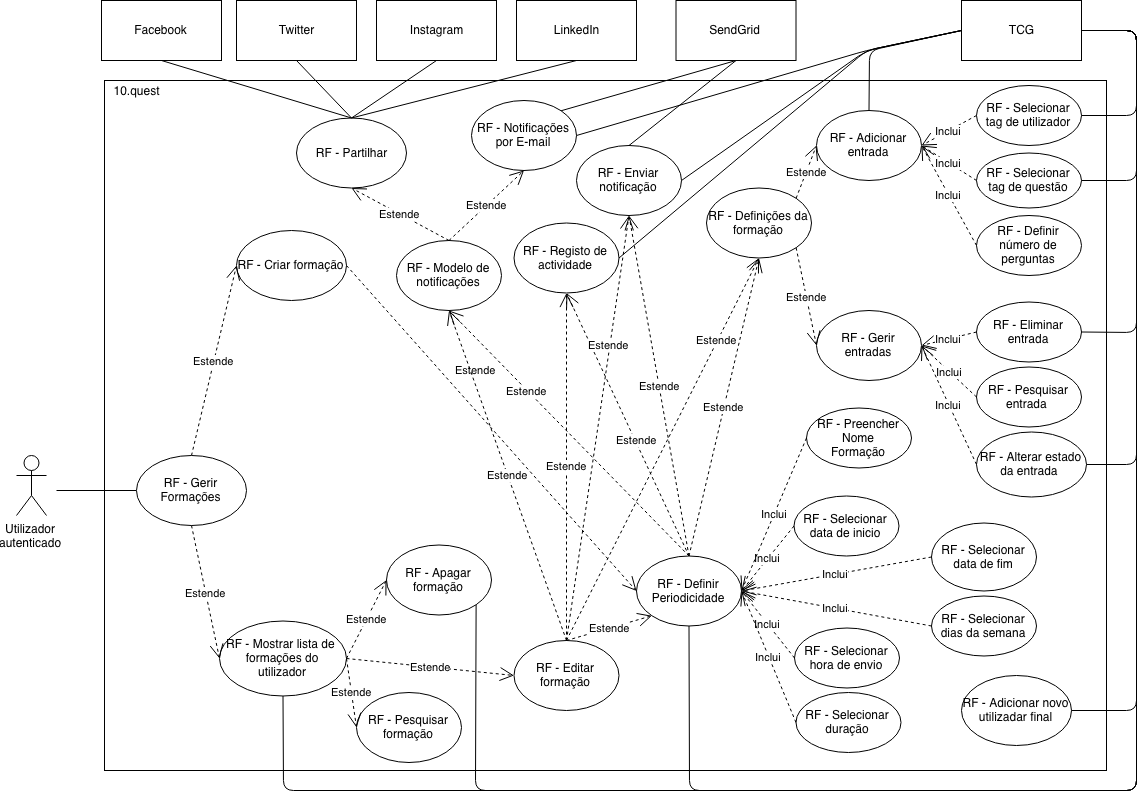
Earlier version of the draw.io export img/rf/gerir-formacoes.png (BrunoGrifo/Tese). Source tidied: cells renumbered, new cells last; positions are measured from the earlier drawing's top-left corner, leaving out a move shared by most shapes.
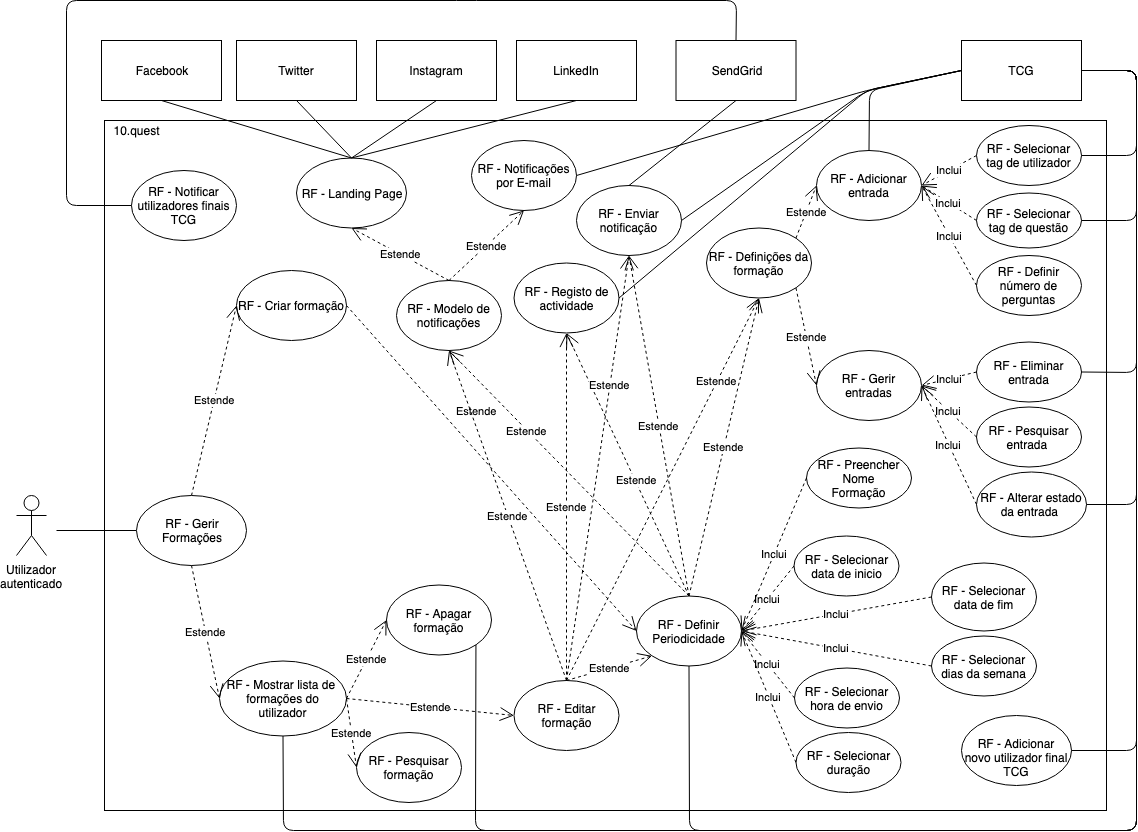
The same diagram one commit later.

Change to the diagram source:
```diff
@@ -22,7 +22,7 @@
     <mxCell id="7" value="Estende" style="endArrow=open;endSize=12;dashed=1;html=1;entryX=0;entryY=0.5;entryDx=0;entryDy=0;exitX=0.5;exitY=0;exitDx=0;exitDy=0;" parent="1" edge="1" source="17" target="6">
       <mxGeometry relative="1" as="geometry" />
     </mxCell>
-    <mxCell id="8" value="RF - Partilhar" style="ellipse;whiteSpace=wrap;html=1;" parent="1" vertex="1">
+    <mxCell id="8" value="RF - Landing Page" style="ellipse;whiteSpace=wrap;html=1;" parent="1" vertex="1">
       <mxGeometry x="280" y="117.5" width="110" height="70" as="geometry" />
     </mxCell>
     <mxCell id="9" value="Facebook" style="rounded=0;whiteSpace=wrap;html=1;" parent="1" vertex="1">
@@ -217,10 +217,7 @@
     <mxCell id="72" value="SendGrid" style="rounded=0;whiteSpace=wrap;html=1;" parent="1" vertex="1">
       <mxGeometry x="659.5" width="120" height="60" as="geometry" />
     </mxCell>
-    <mxCell id="73" style="endArrow=none;html=1;entryX=1;entryY=0;entryDx=0;entryDy=0;exitX=0.5;exitY=1;exitDx=0;exitDy=0;" parent="1" edge="1" source="72" target="44">
-      <mxGeometry relative="1" as="geometry" />
-    </mxCell>
-    <mxCell id="74" value="RF - Adicionar novo utilizadar final" style="ellipse;whiteSpace=wrap;html=1;" parent="1" vertex="1">
+    <mxCell id="74" value="RF - Adicionar novo utilizador final TCG" style="ellipse;whiteSpace=wrap;html=1;" parent="1" vertex="1">
       <mxGeometry x="945" y="675" width="110" height="70" as="geometry" />
     </mxCell>
     <mxCell id="75" value="TCG" style="rounded=0;whiteSpace=wrap;html=1;" parent="1" vertex="1">
@@ -324,5 +321,18 @@
         </Array>
       </mxGeometry>
     </mxCell>
+    <mxCell id="89" value="RF - Notificar utilizadores finais TCG" style="ellipse;whiteSpace=wrap;html=1;" parent="1" vertex="1">
+      <mxGeometry x="115" y="130" width="105" height="70" as="geometry" />
+    </mxCell>
+    <mxCell id="90" style="endArrow=none;html=1;entryX=0.5;entryY=0;entryDx=0;entryDy=0;exitX=0;exitY=0.5;exitDx=0;exitDy=0;" parent="1" edge="1" source="89" target="72">
+      <mxGeometry relative="1" as="geometry">
+        <Array as="points">
+          <mxPoint x="50" y="165" />
+          <mxPoint x="50" y="-40" />
+          <mxPoint x="450" y="-40" />
+          <mxPoint x="720" y="-40" />
+        </Array>
+      </mxGeometry>
+    </mxCell>
   </root>
 </mxGraphModel>
```
